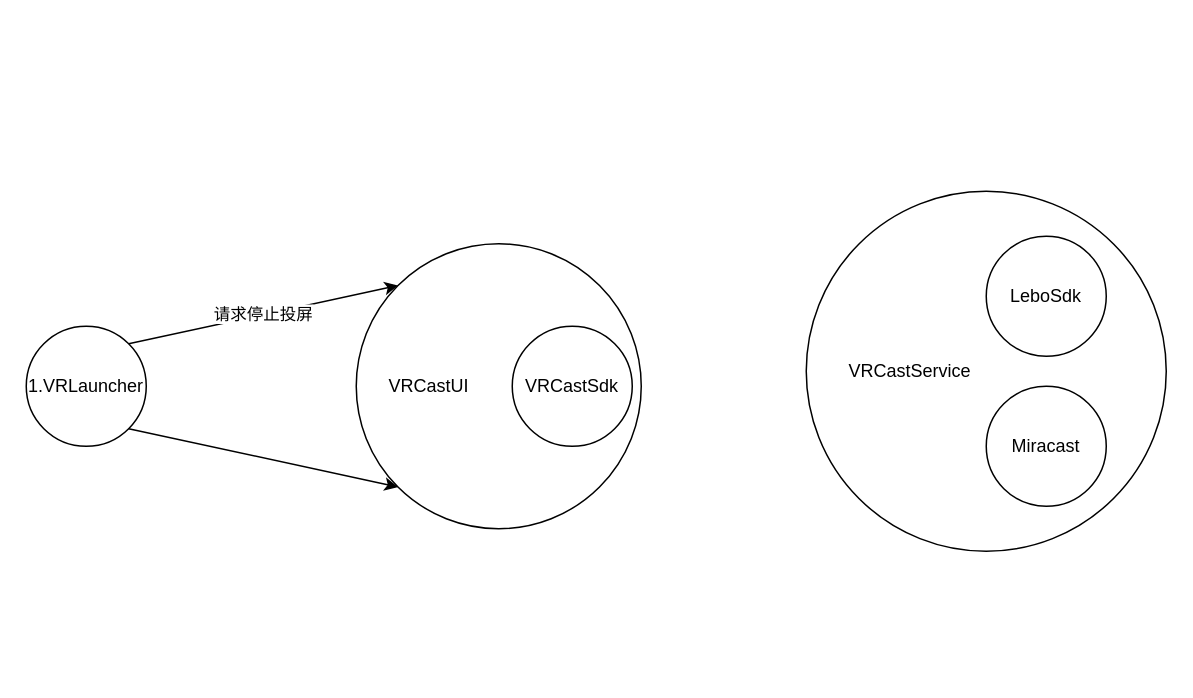
This is page "VR cast数据流图" (5 of 5) of cast.drawio from Sejutor/visio, a draw.io file, before an edit. Source tidied: cells renumbered, new cells numbered last; positions are measured from the earlier drawing's top-left corner, leaving out a move shared by most shapes. Both pictures are drawn from the tidied source at 150%, with x=0, y=0 at pixel (26, 190).
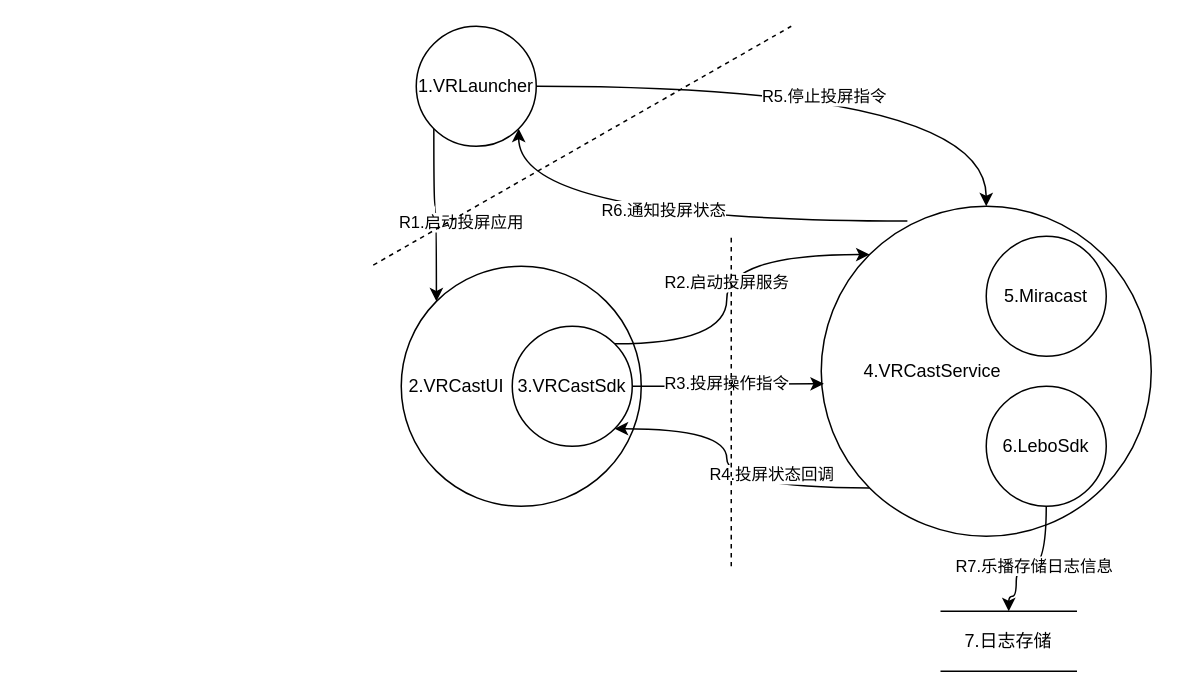
The same diagram, later.

Diff of the diagram source:
```diff
@@
-    <mxCell id="2" value="&amp;nbsp; &amp;nbsp; &amp;nbsp; VRCastUI" style="ellipse;whiteSpace=wrap;html=1;align=left;" parent="1" vertex="1">
-      <mxGeometry x="220" y="35" width="190" height="190" as="geometry" />
+    <mxCell id="2" value="&amp;nbsp;2.VRCastUI" style="ellipse;whiteSpace=wrap;html=1;align=left;" parent="1" vertex="1">
+      <mxGeometry x="250" y="50" width="160" height="160" as="geometry" />
     </mxCell>
+    <mxCell id="10" style="edgeStyle=orthogonalEdgeStyle;curved=1;rounded=0;jettySize=auto;html=1;exitX=0;exitY=1;exitDx=0;exitDy=0;entryX=1;entryY=1;entryDx=0;entryDy=0;" parent="1" edge="1" source="3" target="4">
+      <mxGeometry relative="1" as="geometry" />
+    </mxCell>
+    <mxCell id="11" value="R4.投屏状态回调" style="edgeLabel;html=1;align=center;verticalAlign=middle;" parent="10" vertex="1">
+      <mxGeometry x="0.02" y="-7" relative="1" as="geometry">
+        <mxPoint x="22" y="2" as="offset" />
+      </mxGeometry>
+    </mxCell>
-    <mxCell id="3" value="&amp;nbsp; &amp;nbsp; &amp;nbsp; &amp;nbsp; VRCastService" style="ellipse;whiteSpace=wrap;html=1;align=left;" parent="1" vertex="1">
-      <mxGeometry x="520" width="240" height="240" as="geometry" />
+    <mxCell id="3" value="&amp;nbsp; &amp;nbsp; &amp;nbsp; &amp;nbsp; 4.VRCastService" style="ellipse;whiteSpace=wrap;html=1;align=left;" parent="1" vertex="1">
+      <mxGeometry x="530" y="10" width="220" height="220" as="geometry" />
     </mxCell>
+    <mxCell id="12" value="R2.启动投屏服务" style="edgeStyle=orthogonalEdgeStyle;curved=1;rounded=0;jettySize=auto;html=1;exitX=1;exitY=0;exitDx=0;exitDy=0;entryX=0;entryY=0;entryDx=0;entryDy=0;" parent="1" edge="1" source="4" target="3">
+      <mxGeometry relative="1" as="geometry" />
+    </mxCell>
+    <mxCell id="13" value="R3.投屏操作指令" style="edgeStyle=orthogonalEdgeStyle;curved=1;rounded=0;jettySize=auto;html=1;exitX=1;exitY=0.5;exitDx=0;exitDy=0;entryX=0.008;entryY=0.538;entryDx=0;entryDy=0;entryPerimeter=0;" parent="1" edge="1" source="4" target="3">
+      <mxGeometry relative="1" as="geometry" />
+    </mxCell>
-    <mxCell id="4" value="VRCastSdk" style="ellipse;whiteSpace=wrap;html=1;" parent="1" vertex="1">
+    <mxCell id="4" value="3.VRCastSdk" style="ellipse;whiteSpace=wrap;html=1;" parent="1" vertex="1">
       <mxGeometry x="324" y="90" width="80" height="80" as="geometry" />
     </mxCell>
-    <mxCell id="5" value="LeboSdk" style="ellipse;whiteSpace=wrap;html=1;" parent="1" vertex="1">
-      <mxGeometry x="640" y="30" width="80" height="80" as="geometry" />
+    <mxCell id="5" value="6.LeboSdk" style="ellipse;whiteSpace=wrap;html=1;" parent="1" vertex="1">
+      <mxGeometry x="640" y="130" width="80" height="80" as="geometry" />
     </mxCell>
-    <mxCell id="6" value="Miracast" style="ellipse;whiteSpace=wrap;html=1;" parent="1" vertex="1">
-      <mxGeometry x="640" y="130" width="80" height="80" as="geometry" />
+    <mxCell id="6" value="5.Miracast" style="ellipse;whiteSpace=wrap;html=1;" parent="1" vertex="1">
+      <mxGeometry x="640" y="30" width="80" height="80" as="geometry" />
     </mxCell>
     <mxCell id="7" value="1.VRLauncher" style="ellipse;whiteSpace=wrap;html=1;" parent="1" vertex="1">
-      <mxGeometry y="90" width="80" height="80" as="geometry" />
+      <mxGeometry x="260" y="-110" width="80" height="80" as="geometry" />
     </mxCell>
-    <mxCell id="8" value="请求停止投屏" style="endArrow=classic;html=1;rounded=0;exitX=1;exitY=0;exitDx=0;exitDy=0;entryX=0;entryY=0;entryDx=0;entryDy=0;" parent="1" edge="1" source="7" target="2">
-      <mxGeometry relative="1" as="geometry" />
+    <mxCell id="8" value="R1.启动投屏应用" style="endArrow=classic;html=1;rounded=0;exitX=0;exitY=1;exitDx=0;exitDy=0;entryX=0;entryY=0;entryDx=0;entryDy=0;edgeStyle=orthogonalEdgeStyle;curved=1;" parent="1" edge="1" source="7" target="2">
+      <mxGeometry x="0.09" y="17" relative="1" as="geometry" />
     </mxCell>
-    <mxCell id="9" style="endArrow=classic;html=1;rounded=0;exitX=1;exitY=1;exitDx=0;exitDy=0;entryX=0;entryY=1;entryDx=0;entryDy=0;" parent="1" edge="1" source="7" target="2">
-      <mxGeometry relative="1" as="geometry" />
-    </mxCell>
+    <mxCell id="14" style="endArrow=none;dashed=1;html=1;rounded=0;curved=1;" parent="1" edge="1">
+      <mxGeometry relative="1" as="geometry">
+        <mxPoint x="510" y="-110" as="sourcePoint" />
+        <mxPoint x="230" y="50" as="targetPoint" />
+      </mxGeometry>
+    </mxCell>
+    <mxCell id="15" style="endArrow=none;dashed=1;html=1;rounded=0;curved=1;" parent="1" edge="1">
+      <mxGeometry relative="1" as="geometry">
+        <mxPoint x="470" y="250" as="sourcePoint" />
+        <mxPoint x="470" y="30" as="targetPoint" />
+      </mxGeometry>
+    </mxCell>
+    <mxCell id="16" value="R5.停止投屏指令" style="endArrow=classic;html=1;rounded=0;entryX=0.5;entryY=0;entryDx=0;entryDy=0;edgeStyle=orthogonalEdgeStyle;curved=1;exitX=1;exitY=0.5;exitDx=0;exitDy=0;" parent="1" edge="1" source="7" target="3">
+      <mxGeometry x="0.01" y="-7" relative="1" as="geometry" />
+    </mxCell>
+    <mxCell id="17" value="R6.通知投屏状态" style="endArrow=classic;html=1;rounded=0;exitX=0.261;exitY=0.045;exitDx=0;exitDy=0;entryX=1;entryY=1;entryDx=0;entryDy=0;edgeStyle=orthogonalEdgeStyle;curved=1;exitPerimeter=0;" parent="1" edge="1" source="3" target="7">
+      <mxGeometry x="0.01" y="-7" relative="1" as="geometry" />
+    </mxCell>
+    <mxCell id="18" value="7.日志存储" style="shape=partialRectangle;whiteSpace=wrap;html=1;left=0;right=0;fillColor=none;" parent="1" vertex="1">
+      <mxGeometry x="610" y="280" width="90" height="40" as="geometry" />
+    </mxCell>
+    <mxCell id="19" value="R7.乐播存储日志信息" style="edgeStyle=orthogonalEdgeStyle;curved=1;rounded=0;jettySize=auto;html=1;entryX=0.5;entryY=0;entryDx=0;entryDy=0;exitX=0.5;exitY=1;exitDx=0;exitDy=0;" parent="1" edge="1" source="5" target="18">
+      <mxGeometry relative="1" as="geometry">
+        <Array as="points">
+          <mxPoint x="680" y="250" />
+          <mxPoint x="660" y="250" />
+          <mxPoint x="660" y="270" />
+          <mxPoint x="655" y="270" />
+        </Array>
+      </mxGeometry>
+    </mxCell>
```
